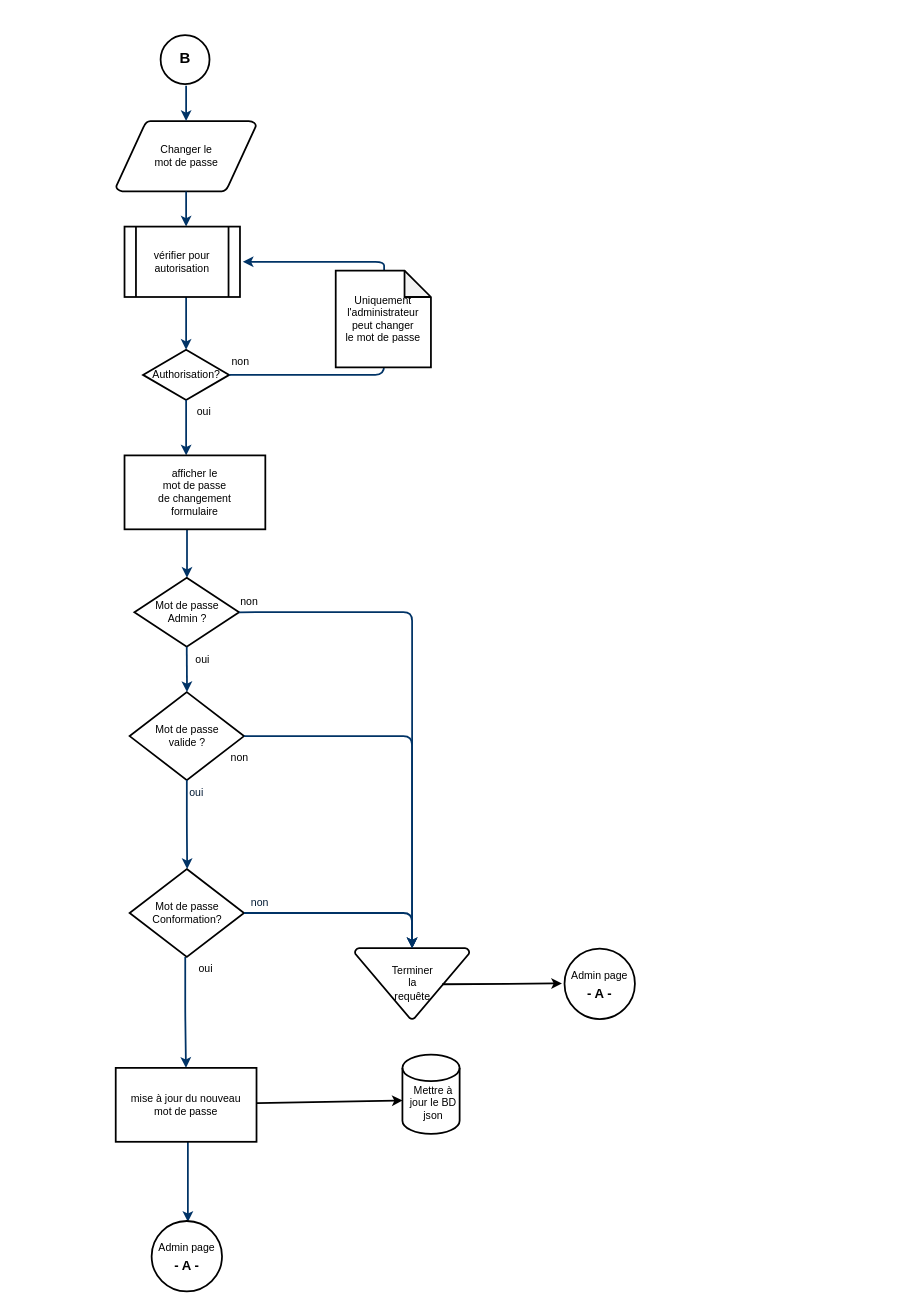
Before: document/change le mot de passe.drawio in robielTes/go_fvaj_faq, a draw.io diagram. Source tidied: cells renumbered, new cells numbered last; positions are measured from the earlier drawing's top-left corner, leaving out a move shared by most shapes. Both pictures are drawn from the tidied source at 88%, with x=0, y=0 at pixel (115, 34).
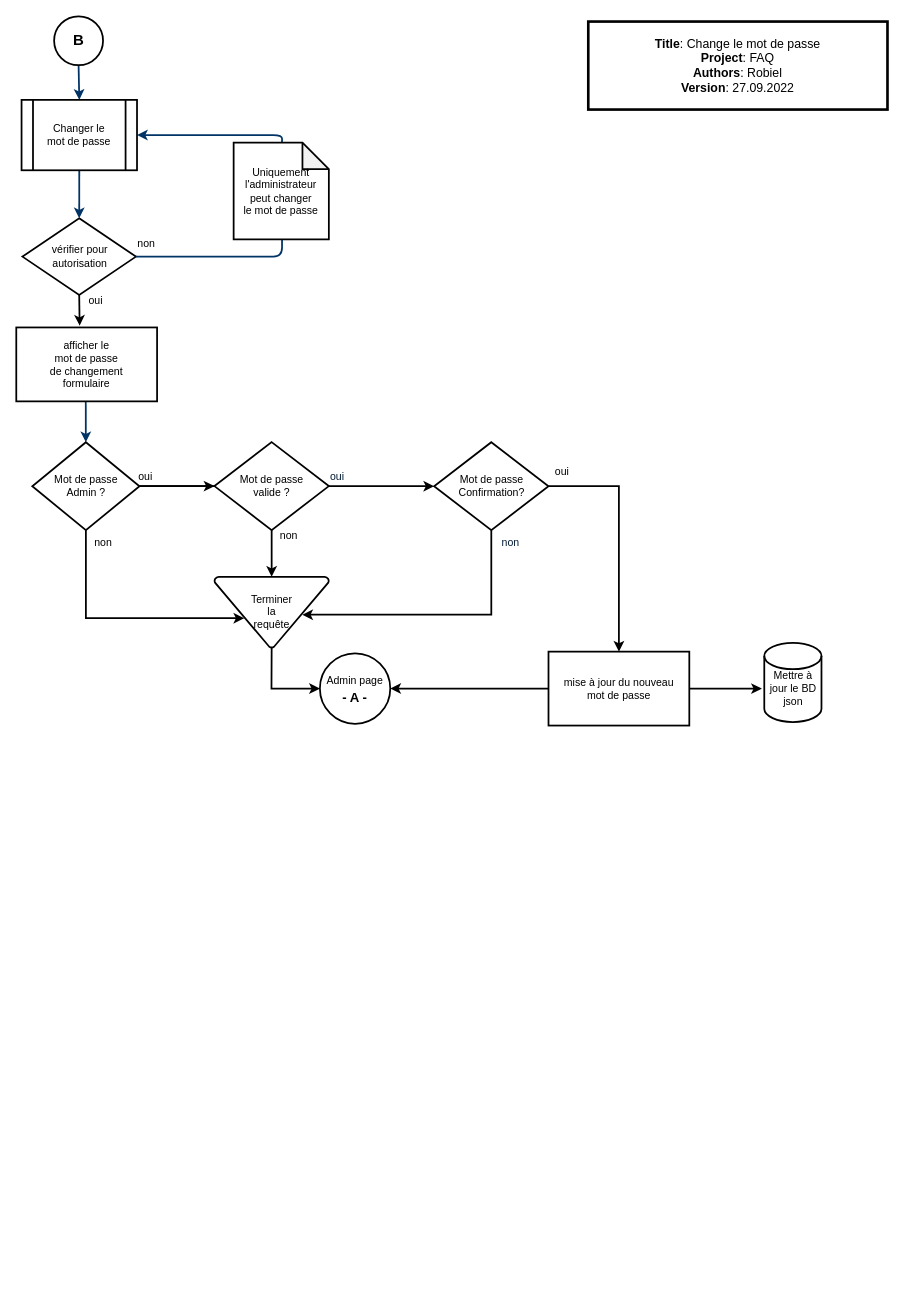
After the change.

What changed in the source:
```diff
@@
-    <mxCell id="2" value="Changer le &lt;br&gt;mot de passe" style="shape=mxgraph.flowchart.data;strokeWidth=2;gradientColor=none;gradientDirection=north;fontStyle=0;html=1;" parent="1" vertex="1">
-      <mxGeometry x="0.5" y="98" width="159" height="80" as="geometry" />
-    </mxCell>
-    <mxCell id="3" value="Authorisation?" style="shape=mxgraph.flowchart.decision;strokeWidth=2;gradientColor=none;gradientDirection=north;fontStyle=0;html=1;" parent="1" vertex="1">
-      <mxGeometry x="31" y="358" width="98" height="57" as="geometry" />
+    <mxCell id="3" value="&lt;div style=&quot;&quot;&gt;vérifier pour&lt;/div&gt;&lt;div style=&quot;&quot;&gt;autorisation&lt;/div&gt;" style="shape=mxgraph.flowchart.decision;strokeWidth=2;gradientColor=none;gradientDirection=north;fontStyle=0;html=1;" parent="1" vertex="1">
+      <mxGeometry x="-106" y="208.6" width="129" height="87" as="geometry" />
     </mxCell>
-    <mxCell id="4" style="fontStyle=1;strokeColor=#003366;strokeWidth=2;html=1;" parent="1" edge="1" target="2">
-      <mxGeometry relative="1" as="geometry">
-        <mxPoint x="80" y="58" as="sourcePoint" />
-      </mxGeometry>
+    <mxCell id="4" style="fontStyle=1;strokeColor=#003366;strokeWidth=2;html=1;entryX=0.5;entryY=0;entryDx=0;entryDy=0;exitX=0.5;exitY=1;exitDx=0;exitDy=0;" parent="1" edge="1" source="37" target="33">
+      <mxGeometry relative="1" as="geometry" />
     </mxCell>
-    <mxCell id="5" style="fontStyle=1;strokeColor=#003366;strokeWidth=2;html=1;" parent="1" edge="1" source="2">
-      <mxGeometry relative="1" as="geometry">
-        <mxPoint x="80" y="218" as="targetPoint" />
-      </mxGeometry>
-    </mxCell>
-    <mxCell id="6" style="entryX=0.5;entryY=0;entryPerimeter=0;fontStyle=1;strokeColor=#003366;strokeWidth=2;html=1;" parent="1" edge="1" target="3">
-      <mxGeometry relative="1" as="geometry">
-        <mxPoint x="80" y="298" as="sourcePoint" />
-      </mxGeometry>
+    <mxCell id="6" style="entryX=0.5;entryY=0;entryPerimeter=0;fontStyle=1;strokeColor=#003366;strokeWidth=2;html=1;exitX=0.5;exitY=1;exitDx=0;exitDy=0;" parent="1" edge="1" source="33" target="3">
+      <mxGeometry relative="1" as="geometry" />
     </mxCell>
     <mxCell id="7" style="edgeStyle=elbowEdgeStyle;elbow=horizontal;entryX=0.5;entryY=0.91;entryPerimeter=0;exitX=1;exitY=0.5;exitPerimeter=0;fontStyle=1;strokeColor=#003366;strokeWidth=2;html=1;" parent="1" edge="1" source="3">
-      <mxGeometry x="381" y="28.5" as="geometry">
-        <mxPoint x="310" y="341.7" as="targetPoint" />
+      <mxGeometry x="265" y="-116.9" as="geometry">
+        <mxPoint x="194" y="196.3" as="targetPoint" />
         <Array as="points">
-          <mxPoint x="305" y="368" />
+          <mxPoint x="189" y="222.6" />
         </Array>
       </mxGeometry>
     </mxCell>
     <mxCell id="8" value="non" style="text;fontStyle=0;html=1;strokeColor=none;gradientColor=none;fillColor=none;strokeWidth=2;" parent="1" vertex="1">
-      <mxGeometry x="130" y="358" width="40" height="26" as="geometry" />
+      <mxGeometry x="23" y="224" width="40" height="26" as="geometry" />
     </mxCell>
-    <mxCell id="9" style="edgeStyle=elbowEdgeStyle;elbow=horizontal;fontColor=#001933;fontStyle=1;strokeColor=#003366;strokeWidth=2;html=1;" parent="1" edge="1" source="3">
-      <mxGeometry as="geometry">
-        <mxPoint x="80" y="478" as="targetPoint" />
-      </mxGeometry>
-    </mxCell>
     <mxCell id="10" value="oui" style="text;fontStyle=0;html=1;strokeColor=none;gradientColor=none;fillColor=none;strokeWidth=2;align=center;" parent="1" vertex="1">
-      <mxGeometry x="80" y="415" width="40" height="26" as="geometry" />
+      <mxGeometry x="-43" y="287.6" width="40" height="26" as="geometry" />
     </mxCell>
     <mxCell id="11" style="edgeStyle=elbowEdgeStyle;elbow=horizontal;fontStyle=1;strokeColor=#003366;strokeWidth=2;html=1;entryX=0.5;entryY=0;entryDx=0;entryDy=0;entryPerimeter=0;" parent="1" edge="1" target="12">
-      <mxGeometry as="geometry">
-        <mxPoint x="81" y="558" as="sourcePoint" />
+      <mxGeometry x="-116" y="-145.4" as="geometry">
+        <mxPoint x="-35" y="412.6" as="sourcePoint" />
       </mxGeometry>
     </mxCell>
+    <mxCell id="16" style="edgeStyle=orthogonalEdgeStyle;rounded=0;jettySize=auto;html=1;entryX=0;entryY=0.5;entryDx=0;entryDy=0;entryPerimeter=0;strokeWidth=2;" parent="1" edge="1" source="12" target="14">
+      <mxGeometry relative="1" as="geometry" />
+    </mxCell>
+    <mxCell id="41" style="edgeStyle=orthogonalEdgeStyle;rounded=0;jettySize=auto;html=1;strokeWidth=2;" parent="1" edge="1" source="12" target="17">
+      <mxGeometry relative="1" as="geometry" />
+    </mxCell>
+    <mxCell id="42" style="edgeStyle=orthogonalEdgeStyle;rounded=0;jettySize=auto;html=1;entryX=0.26;entryY=0.584;entryDx=0;entryDy=0;entryPerimeter=0;strokeWidth=2;" parent="1" edge="1" source="12" target="17">
+      <mxGeometry relative="1" as="geometry">
+        <Array as="points">
+          <mxPoint x="-34" y="663" />
+        </Array>
+      </mxGeometry>
+    </mxCell>
     <mxCell id="12" value="Mot de passe &lt;br&gt;Admin ?" style="shape=mxgraph.flowchart.decision;strokeWidth=2;gradientColor=none;gradientDirection=north;fontStyle=0;html=1;" parent="1" vertex="1">
-      <mxGeometry x="21.2" y="617" width="119" height="78.5" as="geometry" />
+      <mxGeometry x="-94.8" y="463" width="121.8" height="100" as="geometry" />
     </mxCell>
     <mxCell id="13" value="oui" style="text;fontStyle=0;html=1;strokeColor=none;gradientColor=none;fillColor=none;strokeWidth=2;" parent="1" vertex="1">
-      <mxGeometry x="89" y="695.5" width="40" height="26" as="geometry" />
+      <mxGeometry x="24" y="488.9" width="40" height="26" as="geometry" />
     </mxCell>
+    <mxCell id="43" style="edgeStyle=orthogonalEdgeStyle;rounded=0;jettySize=auto;html=1;entryX=0;entryY=0.5;entryDx=0;entryDy=0;entryPerimeter=0;strokeWidth=2;" parent="1" edge="1" source="14" target="15">
+      <mxGeometry relative="1" as="geometry" />
+    </mxCell>
     <mxCell id="14" value="Mot de passe &lt;br&gt;valide ?" style="shape=mxgraph.flowchart.decision;strokeWidth=2;gradientColor=none;gradientDirection=north;fontStyle=0;html=1;" parent="1" vertex="1">
-      <mxGeometry x="15.8" y="747" width="130" height="100" as="geometry" />
+      <mxGeometry x="112.2" y="462.9" width="130" height="100" as="geometry" />
     </mxCell>
+    <mxCell id="44" style="edgeStyle=orthogonalEdgeStyle;rounded=0;jettySize=auto;html=1;entryX=0.5;entryY=0;entryDx=0;entryDy=0;strokeWidth=2;exitX=1;exitY=0.5;exitDx=0;exitDy=0;exitPerimeter=0;" parent="1" edge="1" source="15" target="35">
+      <mxGeometry relative="1" as="geometry" />
+    </mxCell>
+    <mxCell id="45" style="edgeStyle=orthogonalEdgeStyle;rounded=0;jettySize=auto;html=1;entryX=0.806;entryY=0.534;entryDx=0;entryDy=0;entryPerimeter=0;strokeWidth=2;exitX=0.5;exitY=1;exitDx=0;exitDy=0;exitPerimeter=0;" parent="1" edge="1" source="15">
+      <mxGeometry relative="1" as="geometry">
+        <mxPoint x="212" y="659" as="targetPoint" />
+        <Array as="points">
+          <mxPoint x="427" y="659" />
+        </Array>
+      </mxGeometry>
+    </mxCell>
-    <mxCell id="15" value="Mot de passe &lt;br&gt;Conformation?" style="shape=mxgraph.flowchart.decision;strokeWidth=2;gradientColor=none;gradientDirection=north;fontStyle=0;html=1;" parent="1" vertex="1">
-      <mxGeometry x="15.8" y="948" width="130" height="100" as="geometry" />
+    <mxCell id="15" value="Mot de passe &lt;br&gt;Confirmation?" style="shape=mxgraph.flowchart.decision;strokeWidth=2;gradientColor=none;gradientDirection=north;fontStyle=0;html=1;" parent="1" vertex="1">
+      <mxGeometry x="361.8" y="463" width="130" height="100" as="geometry" />
     </mxCell>
-    <mxCell id="16" style="edgeStyle=elbowEdgeStyle;elbow=horizontal;exitX=0.5;exitY=1;exitPerimeter=0;fontStyle=1;strokeColor=#003366;strokeWidth=2;html=1;" parent="1" edge="1" source="12" target="14">
-      <mxGeometry x="-0.2" y="-431" as="geometry" />
-    </mxCell>
     <mxCell id="17" value="Terminer &lt;br&gt;la &lt;br&gt;requête" style="shape=mxgraph.flowchart.merge_or_storage;strokeWidth=2;gradientColor=none;gradientDirection=north;fontStyle=0;html=1;" parent="1" vertex="1">
-      <mxGeometry x="271.8" y="1038" width="130" height="80.5" as="geometry" />
+      <mxGeometry x="112.2" y="616" width="130" height="80.5" as="geometry" />
     </mxCell>
-    <mxCell id="18" style="edgeStyle=elbowEdgeStyle;elbow=vertical;exitX=1;exitY=0.5;exitPerimeter=0;entryX=0.5;entryY=0;entryPerimeter=0;fontStyle=1;strokeColor=#003366;strokeWidth=2;html=1;" parent="1" edge="1" source="15" target="17">
-      <mxGeometry x="-248.2" y="-230" as="geometry">
-        <Array as="points">
-          <mxPoint x="251.8" y="998" />
-        </Array>
-      </mxGeometry>
-    </mxCell>
-    <mxCell id="19" style="edgeStyle=elbowEdgeStyle;elbow=vertical;fontStyle=1;strokeColor=#003366;strokeWidth=2;html=1;" parent="1" edge="1">
-      <mxGeometry x="5.8" y="-538" as="geometry">
-        <mxPoint x="82" y="1255" as="sourcePoint" />
-        <mxPoint x="82" y="1349" as="targetPoint" />
-      </mxGeometry>
-    </mxCell>
     <mxCell id="20" value="non" style="text;fontStyle=0;html=1;strokeColor=none;gradientColor=none;fillColor=none;strokeWidth=2;" parent="1" vertex="1">
-      <mxGeometry x="140.2" y="630.2" width="40" height="26" as="geometry" />
+      <mxGeometry x="-26" y="562.9" width="40" height="26" as="geometry" />
     </mxCell>
     <mxCell id="21" value="oui" style="text;fontColor=#001933;fontStyle=0;html=1;strokeColor=none;gradientColor=none;fillColor=none;strokeWidth=2;" parent="1" vertex="1">
-      <mxGeometry x="82" y="848" width="40" height="26" as="geometry" />
+      <mxGeometry x="242.2" y="488.9" width="40" height="26" as="geometry" />
     </mxCell>
     <mxCell id="22" value="non" style="text;fontColor=#001933;fontStyle=0;html=1;strokeColor=none;gradientColor=none;fillColor=none;strokeWidth=2;" parent="1" vertex="1">
-      <mxGeometry x="151.8" y="972" width="40" height="26" as="geometry" />
+      <mxGeometry x="437" y="563" width="40" height="26" as="geometry" />
     </mxCell>
-    <mxCell id="23" style="edgeStyle=elbowEdgeStyle;elbow=horizontal;exitX=0.5;exitY=0.09;exitPerimeter=0;entryX=0.905;entryY=0.5;entryPerimeter=0;fontStyle=1;strokeColor=#003366;strokeWidth=2;html=1;" parent="1" edge="1">
-      <mxGeometry as="geometry">
-        <mxPoint x="310" y="275.3" as="sourcePoint" />
-        <mxPoint x="144.4" y="258" as="targetPoint" />
+    <mxCell id="23" style="edgeStyle=elbowEdgeStyle;elbow=horizontal;exitX=0.5;exitY=0.09;exitPerimeter=0;entryX=1;entryY=0.5;fontStyle=1;strokeColor=#003366;strokeWidth=2;html=1;entryDx=0;entryDy=0;" parent="1" edge="1" target="33">
+      <mxGeometry x="-116" y="-145.4" as="geometry">
+        <mxPoint x="194" y="129.9" as="sourcePoint" />
         <Array as="points">
-          <mxPoint x="305" y="268" />
+          <mxPoint x="189" y="122.6" />
         </Array>
       </mxGeometry>
     </mxCell>
     <mxCell id="24" value="oui" style="text;fontStyle=0;html=1;strokeColor=none;gradientColor=none;fillColor=none;strokeWidth=2;align=center;" parent="1" vertex="1">
-      <mxGeometry x="82" y="1048" width="40" height="26" as="geometry" />
+      <mxGeometry x="487" y="483" width="40" height="26" as="geometry" />
     </mxCell>
     <mxCell id="25" style="shape=cylinder3;whiteSpace=wrap;html=1;boundedLbl=1;backgroundOutline=1;size=15;strokeWidth=2;" parent="1" vertex="1">
-      <mxGeometry x="325.8" y="1159" width="65" height="90" as="geometry" />
+      <mxGeometry x="737" y="691" width="65" height="90" as="geometry" />
     </mxCell>
     <mxCell id="26" value="Mettre à jour le BD json" style="text;html=1;strokeColor=none;fillColor=none;align=center;verticalAlign=middle;whiteSpace=wrap;rounded=0;strokeWidth=2;" parent="1" vertex="1">
-      <mxGeometry x="330.8" y="1199" width="60" height="30" as="geometry" />
+      <mxGeometry x="739.5" y="728" width="60" height="30" as="geometry" />
     </mxCell>
     <mxCell id="27" value="non" style="text;fontStyle=0;html=1;strokeColor=none;gradientColor=none;fillColor=none;strokeWidth=2;" parent="1" vertex="1">
-      <mxGeometry x="129" y="808" width="40" height="26" as="geometry" />
+      <mxGeometry x="185" y="556.1" width="47" height="26" as="geometry" />
     </mxCell>
-    <mxCell id="28" style="edgeStyle=elbowEdgeStyle;elbow=vertical;entryX=0;entryY=1;fontStyle=1;strokeColor=#003366;strokeWidth=2;html=1;entryDx=0;entryDy=0;" parent="1" edge="1" source="14">
-      <mxGeometry x="5" y="-750" as="geometry">
-        <mxPoint x="81.2" y="948" as="targetPoint" />
-      </mxGeometry>
-    </mxCell>
-    <mxCell id="29" style="edgeStyle=elbowEdgeStyle;elbow=vertical;exitX=1;exitY=0.5;exitPerimeter=0;entryX=0.5;entryY=0;entryPerimeter=0;fontStyle=1;strokeColor=#003366;strokeWidth=2;html=1;exitDx=0;exitDy=0;" parent="1" edge="1" source="14">
-      <mxGeometry x="-248.2" y="-230" as="geometry">
-        <mxPoint x="336.8" y="1038" as="targetPoint" />
-        <Array as="points">
-          <mxPoint x="270" y="797" />
-        </Array>
-      </mxGeometry>
-    </mxCell>
-    <mxCell id="30" style="edgeStyle=elbowEdgeStyle;elbow=vertical;exitX=1;exitY=0.5;exitPerimeter=0;fontStyle=1;strokeColor=#003366;strokeWidth=2;html=1;exitDx=0;exitDy=0;entryX=0.5;entryY=0;entryDx=0;entryDy=0;entryPerimeter=0;" parent="1" edge="1" source="12" target="17">
-      <mxGeometry x="-238.2" y="-220" as="geometry">
-        <Array as="points">
-          <mxPoint x="270" y="656" />
-        </Array>
-      </mxGeometry>
-    </mxCell>
-    <mxCell id="31" style="edgeStyle=elbowEdgeStyle;elbow=vertical;entryX=0.5;entryY=0;fontStyle=1;strokeColor=#003366;strokeWidth=2;html=1;entryDx=0;entryDy=0;entryPerimeter=0;" parent="1" edge="1">
-      <mxGeometry x="3.2" y="-549" as="geometry">
-        <mxPoint x="79" y="1048" as="sourcePoint" />
-        <mxPoint x="79.8" y="1174" as="targetPoint" />
-      </mxGeometry>
-    </mxCell>
-    <mxCell id="32" style="endArrow=classic;html=1;rounded=0;entryX=0.004;entryY=0.578;entryDx=0;entryDy=0;entryPerimeter=0;exitX=0.905;exitY=0.5;exitDx=0;exitDy=0;exitPerimeter=0;strokeWidth=2;" parent="1" edge="1" target="25">
-      <mxGeometry relative="1" as="geometry">
-        <mxPoint x="160.5" y="1214" as="sourcePoint" />
-      </mxGeometry>
-    </mxCell>
-    <mxCell id="33" value="&lt;div style=&quot;&quot;&gt;vérifier pour&lt;/div&gt;&lt;div style=&quot;&quot;&gt;autorisation&lt;/div&gt;" style="shape=process;whiteSpace=wrap;html=1;backgroundOutline=1;strokeWidth=2;" parent="1" vertex="1">
-      <mxGeometry x="10" y="218" width="131.2" height="80" as="geometry" />
+    <mxCell id="33" value="&lt;div style=&quot;&quot;&gt;&lt;span style=&quot;&quot;&gt;Changer le&lt;/span&gt;&lt;br style=&quot;&quot;&gt;&lt;span style=&quot;&quot;&gt;mot de passe&lt;/span&gt;&lt;br&gt;&lt;/div&gt;" style="shape=process;whiteSpace=wrap;html=1;backgroundOutline=1;strokeWidth=2;" parent="1" vertex="1">
+      <mxGeometry x="-107" y="74" width="131.2" height="80" as="geometry" />
     </mxCell>
     <mxCell id="34" value="&lt;span style=&quot;&quot;&gt;Uniquement l'administrateur&lt;/span&gt;&lt;br style=&quot;&quot;&gt;&lt;span style=&quot;&quot;&gt;peut&amp;nbsp;&lt;/span&gt;&lt;span style=&quot;background-color: initial;&quot;&gt;changer&lt;br&gt;le mot de passe&lt;/span&gt;" style="shape=note;whiteSpace=wrap;html=1;backgroundOutline=1;darkOpacity=0.05;strokeWidth=2;" parent="1" vertex="1">
-      <mxGeometry x="250" y="268" width="108.2" height="110" as="geometry" />
+      <mxGeometry x="134" y="122.6" width="108.2" height="110" as="geometry" />
     </mxCell>
+    <mxCell id="46" style="edgeStyle=orthogonalEdgeStyle;rounded=0;jettySize=auto;html=1;exitX=1;exitY=0.5;exitDx=0;exitDy=0;entryX=-0.042;entryY=0.578;entryDx=0;entryDy=0;entryPerimeter=0;strokeWidth=2;" parent="1" edge="1" source="35" target="25">
+      <mxGeometry relative="1" as="geometry" />
+    </mxCell>
+    <mxCell id="47" style="edgeStyle=orthogonalEdgeStyle;rounded=0;jettySize=auto;html=1;entryX=1;entryY=0.5;entryDx=0;entryDy=0;strokeWidth=2;" parent="1" edge="1" source="35" target="40">
+      <mxGeometry relative="1" as="geometry" />
+    </mxCell>
     <mxCell id="35" value="&lt;span style=&quot;&quot;&gt;mise à jour du nouveau&lt;/span&gt;&lt;br style=&quot;&quot;&gt;&lt;span style=&quot;&quot;&gt;mot de passe&lt;/span&gt;" style="rounded=0;whiteSpace=wrap;html=1;strokeWidth=2;" parent="1" vertex="1">
-      <mxGeometry y="1174" width="160" height="84" as="geometry" />
+      <mxGeometry x="491.8" y="701" width="160" height="84" as="geometry" />
     </mxCell>
     <mxCell id="36" value="&lt;span style=&quot;&quot;&gt;afficher le&lt;/span&gt;&lt;br style=&quot;&quot;&gt;&lt;span style=&quot;&quot;&gt;mot de passe&lt;/span&gt;&lt;br style=&quot;&quot;&gt;&lt;span style=&quot;&quot;&gt;de changement&lt;/span&gt;&lt;br style=&quot;&quot;&gt;&lt;span style=&quot;&quot;&gt;formulaire&lt;/span&gt;" style="rounded=0;whiteSpace=wrap;html=1;strokeWidth=2;" parent="1" vertex="1">
-      <mxGeometry x="10" y="478" width="160" height="84" as="geometry" />
+      <mxGeometry x="-113" y="332.6" width="160" height="84" as="geometry" />
     </mxCell>
     <mxCell id="37" value="&lt;b&gt;&lt;font style=&quot;font-size: 17px;&quot;&gt;B&lt;/font&gt;&lt;/b&gt;" style="ellipse;whiteSpace=wrap;html=1;strokeWidth=2;" parent="1" vertex="1">
-      <mxGeometry x="51" y="0.4" width="55.6" height="55.6" as="geometry" />
+      <mxGeometry x="-70" y="-21" width="55.6" height="55.6" as="geometry" />
     </mxCell>
-    <mxCell id="38" style="endArrow=classic;html=1;rounded=0;strokeWidth=2;fontSize=17;entryX=0.095;entryY=0.5;entryDx=0;entryDy=0;entryPerimeter=0;exitX=0.763;exitY=0.509;exitDx=0;exitDy=0;exitPerimeter=0;" parent="1" edge="1" source="17">
+    <mxCell id="38" style="endArrow=classic;html=1;rounded=0;strokeWidth=2;fontSize=17;exitX=0.5;exitY=1;exitDx=0;exitDy=0;exitPerimeter=0;entryX=0;entryY=0.5;entryDx=0;entryDy=0;" parent="1" edge="1" source="17" target="40">
       <mxGeometry relative="1" as="geometry">
-        <mxPoint x="507.1" y="1078" as="targetPoint" />
+        <Array as="points">
+          <mxPoint x="177" y="743" />
+        </Array>
       </mxGeometry>
     </mxCell>
-    <mxCell id="39" value="&lt;span style=&quot;font-size: 12px;&quot;&gt;Admin page&lt;/span&gt;&lt;br style=&quot;font-size: 12px;&quot;&gt;&lt;b style=&quot;font-size: 12px;&quot;&gt;&lt;font style=&quot;font-size: 15px;&quot;&gt;- A -&lt;/font&gt;&lt;/b&gt;" style="ellipse;whiteSpace=wrap;html=1;strokeWidth=2;fontSize=17;" parent="1" vertex="1">
-      <mxGeometry x="40.8" y="1348" width="80" height="80" as="geometry" />
-    </mxCell>
     <mxCell id="40" value="&lt;span style=&quot;font-size: 12px;&quot;&gt;Admin page&lt;/span&gt;&lt;br style=&quot;font-size: 12px;&quot;&gt;&lt;b style=&quot;font-size: 12px;&quot;&gt;&lt;font style=&quot;font-size: 15px;&quot;&gt;- A -&lt;/font&gt;&lt;/b&gt;" style="ellipse;whiteSpace=wrap;html=1;strokeWidth=2;fontSize=17;" parent="1" vertex="1">
-      <mxGeometry x="510" y="1038.5" width="80" height="80" as="geometry" />
+      <mxGeometry x="232" y="703" width="80" height="80" as="geometry" />
     </mxCell>
+    <mxCell id="48" style="endArrow=classic;html=1;rounded=0;entryX=0.45;entryY=-0.024;entryDx=0;entryDy=0;entryPerimeter=0;exitX=0.5;exitY=1;exitDx=0;exitDy=0;exitPerimeter=0;strokeWidth=2;" parent="1" edge="1" source="3" target="36">
+      <mxGeometry relative="1" as="geometry" />
+    </mxCell>
+    <mxCell id="49" value="&lt;font style=&quot;font-size: 14px;&quot;&gt;&lt;b&gt;Title&lt;/b&gt;: Change le mot de passe&lt;br&gt;&lt;b&gt;Project&lt;/b&gt;: FAQ&lt;br&gt;&lt;b&gt;Authors&lt;/b&gt;: Robiel&lt;br&gt;&lt;b&gt;Version&lt;/b&gt;: 27.09.2022&lt;/font&gt;" style="rounded=0;whiteSpace=wrap;html=1;strokeWidth=3;" parent="1" vertex="1">
+      <mxGeometry x="537" y="-15" width="340" height="100" as="geometry" />
+    </mxCell>
```
